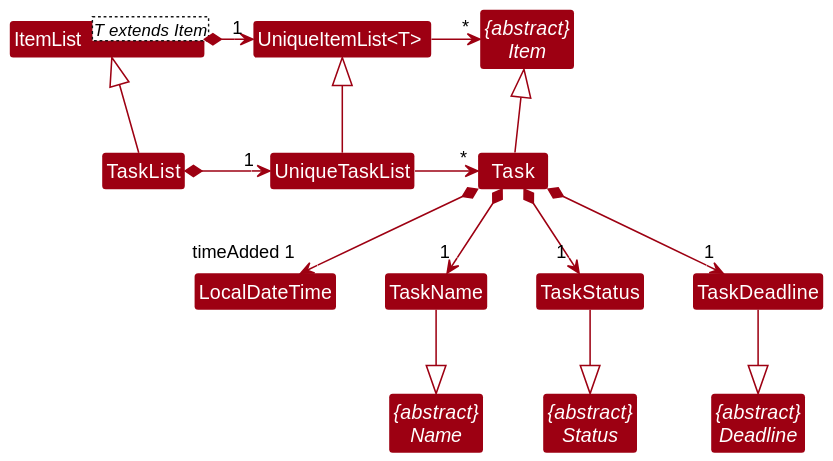
Before: docs/images/TaskClassDiagram.svg, a diagram exported from PlantUML (nus-cs2103-AY2223S2/tp). Its diagram source:
```plantuml
@startuml
!include style.puml
skinparam arrowThickness 1.1
skinparam arrowColor MODEL_COLOR
skinparam classBackgroundColor MODEL_COLOR
skinparam groupInheritance 1

top to bottom direction

Abstract Class "{abstract}\nItem" as Item
Abstract Class "{abstract}\nName" as Name
Abstract Class "{abstract}\nDeadline" as Deadline
Abstract Class "{abstract}\nStatus" as Status
Class "UniqueItemList<T> " as UniqueItemList
Class ItemList<T extends Item>

Class LocalDateTime
Class Task
Class TaskName
Class TaskStatus
Class TaskDeadline
Class TaskList extends ItemList
Class UniqueTaskList extends UniqueItemList

ItemList *--r> "1" UniqueItemList
UniqueItemList -r> "*" Item

TaskList *--r> "1 " UniqueTaskList
UniqueTaskList -r> "*" Task
Task *--> "1" TaskName
Task *--> "            1" TaskDeadline
Task *--> "1 " TaskStatus
Task *--> "timeAdded 1" LocalDateTime
Task -u|> Item

TaskName --|> Name
TaskDeadline --|> Deadline
TaskStatus --|> Status

@enduml
```
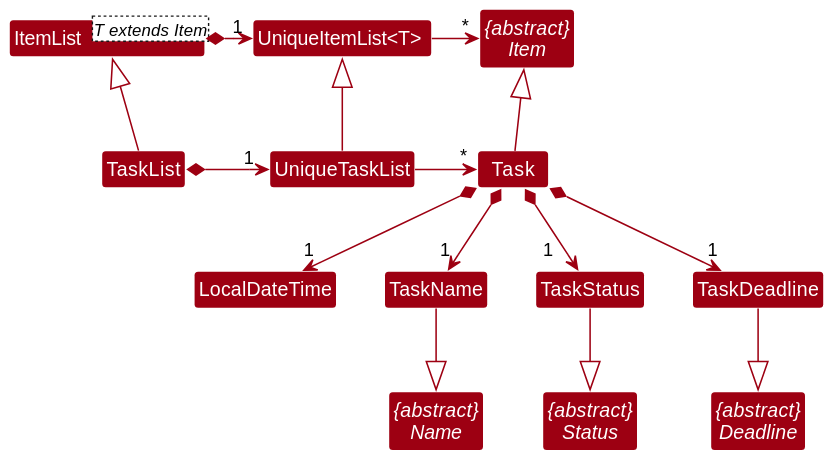
Later version of the same file.

Change to the diagram source:
```diff
@@ -29,12 +29,11 @@
 UniqueTaskList -r> "*" Task
 Task *--> "1" TaskName
 Task *--> "            1" TaskDeadline
-Task *--> "1 " TaskStatus
-Task *--> "timeAdded 1" LocalDateTime
+Task *--> "1   " TaskStatus
+Task *--> "1" LocalDateTime
 Task -u|> Item
 
 TaskName --|> Name
 TaskDeadline --|> Deadline
 TaskStatus --|> Status
-
 @enduml
```
